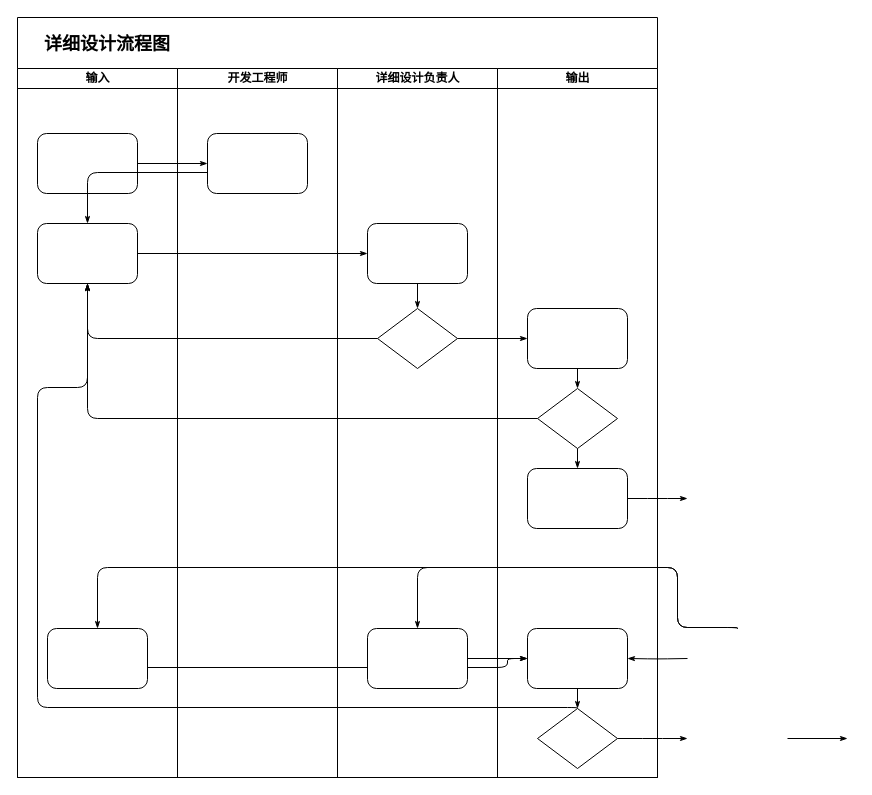
Earlier version of the draw.io diagram 详细设计流程图.drawio (sachwei/drawio). Source tidied: cells renumbered, new cells numbered last; positions are measured from the earlier drawing's top-left corner, leaving out a move shared by most shapes. Both pictures are drawn from the tidied source at 100%, with x=0, y=0 at pixel (17, 17).
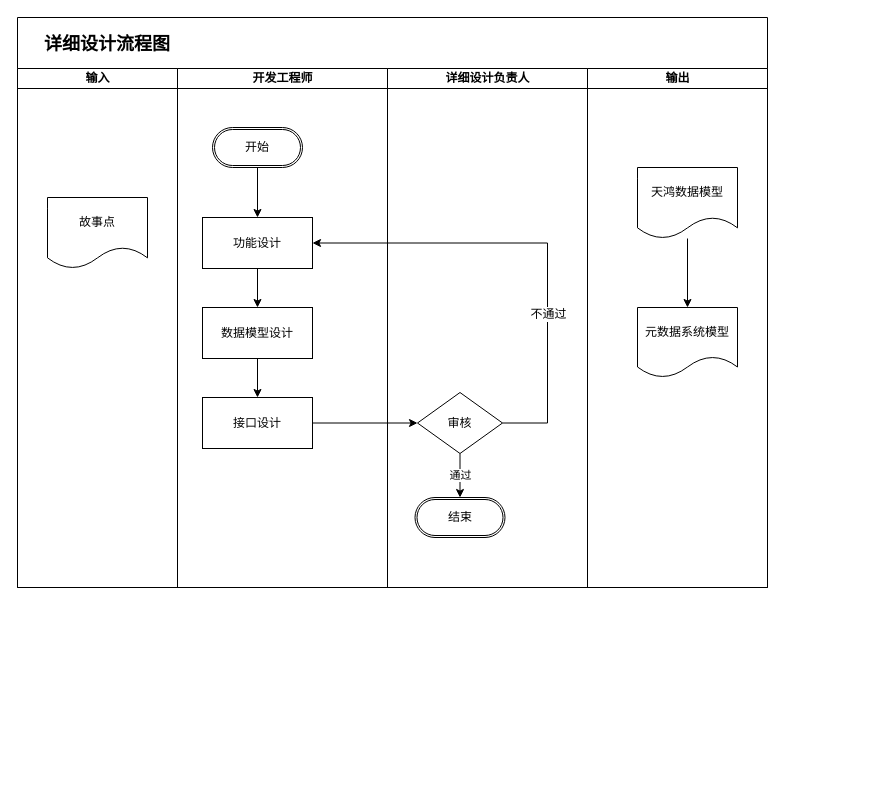
Above is the later version.

Commit message:
更新详细设计流程图.drawio

What changed in the source:
```diff
@@
     <mxCell id="2" value="&lt;font style=&quot;font-size: 18px&quot;&gt;&amp;nbsp; &amp;nbsp; 详细设计流程图&lt;/font&gt;" style="swimlane;html=1;startSize=51;rounded=0;shadow=0;labelBackgroundColor=none;strokeWidth=1;fontFamily=Verdana;fontSize=8;align=left;" parent="1" vertex="1">
-      <mxGeometry width="640" height="760" as="geometry" />
+      <mxGeometry width="750" height="570" as="geometry" />
     </mxCell>
     <mxCell id="3" value="输入" style="swimlane;html=1;startSize=20;" parent="2" vertex="1">
-      <mxGeometry y="51" width="160" height="709" as="geometry" />
+      <mxGeometry y="51" width="160" height="519" as="geometry" />
     </mxCell>
-    <mxCell id="4" style="rounded=1;whiteSpace=wrap;html=1;shadow=0;labelBackgroundColor=none;strokeWidth=1;fontFamily=Verdana;fontSize=8;align=center;" parent="3" vertex="1">
-      <mxGeometry x="20" y="65" width="100" height="60" as="geometry" />
-    </mxCell>
-    <mxCell id="5" style="rounded=1;whiteSpace=wrap;html=1;shadow=0;labelBackgroundColor=none;strokeWidth=1;fontFamily=Verdana;fontSize=8;align=center;" parent="3" vertex="1">
-      <mxGeometry x="20" y="155" width="100" height="60" as="geometry" />
-    </mxCell>
-    <mxCell id="6" style="rounded=1;whiteSpace=wrap;html=1;shadow=0;labelBackgroundColor=none;strokeWidth=1;fontFamily=Verdana;fontSize=8;align=center;" parent="3" vertex="1">
-      <mxGeometry x="30" y="560" width="100" height="60" as="geometry" />
-    </mxCell>
-    <mxCell id="7" style="edgeStyle=orthogonalEdgeStyle;rounded=1;html=1;labelBackgroundColor=none;startArrow=none;startFill=0;startSize=5;endArrow=classicThin;endFill=1;endSize=5;jettySize=auto;strokeWidth=1;fontFamily=Verdana;fontSize=8;" parent="2" edge="1" source="4" target="23">
-      <mxGeometry relative="1" as="geometry" />
-    </mxCell>
-    <mxCell id="8" style="edgeStyle=orthogonalEdgeStyle;rounded=1;html=1;labelBackgroundColor=none;startArrow=none;startFill=0;startSize=5;endArrow=classicThin;endFill=1;endSize=5;jettySize=auto;strokeWidth=1;fontFamily=Verdana;fontSize=8;" parent="2" edge="1" source="23" target="5">
-      <mxGeometry relative="1" as="geometry">
-        <Array as="points">
-          <mxPoint x="240" y="155" />
-          <mxPoint x="70" y="155" />
-        </Array>
-      </mxGeometry>
-    </mxCell>
-    <mxCell id="9" style="edgeStyle=orthogonalEdgeStyle;rounded=1;html=1;labelBackgroundColor=none;startArrow=none;startFill=0;startSize=5;endArrow=classicThin;endFill=1;endSize=5;jettySize=auto;strokeWidth=1;fontFamily=Verdana;fontSize=8;" parent="2" edge="1" source="5" target="25">
-      <mxGeometry relative="1" as="geometry" />
-    </mxCell>
-    <mxCell id="10" style="edgeStyle=orthogonalEdgeStyle;rounded=1;html=1;labelBackgroundColor=none;startArrow=none;startFill=0;startSize=5;endArrow=classicThin;endFill=1;endSize=5;jettySize=auto;strokeWidth=1;fontFamily=Verdana;fontSize=8;" parent="2" edge="1" source="26" target="5">
-      <mxGeometry relative="1" as="geometry" />
-    </mxCell>
-    <mxCell id="11" style="edgeStyle=orthogonalEdgeStyle;rounded=1;html=1;labelBackgroundColor=none;startArrow=none;startFill=0;startSize=5;endArrow=classicThin;endFill=1;endSize=5;jettySize=auto;strokeWidth=1;fontFamily=Verdana;fontSize=8;" parent="2" edge="1" source="31" target="5">
-      <mxGeometry relative="1" as="geometry" />
-    </mxCell>
-    <mxCell id="12" style="edgeStyle=orthogonalEdgeStyle;rounded=1;html=1;labelBackgroundColor=none;startArrow=none;startFill=0;startSize=5;endArrow=classicThin;endFill=1;endSize=5;jettySize=auto;strokeWidth=1;fontFamily=Verdana;fontSize=8;" parent="2" edge="1" source="34" target="5">
-      <mxGeometry relative="1" as="geometry">
-        <Array as="points">
-          <mxPoint x="20" y="690" />
-          <mxPoint x="20" y="370" />
-          <mxPoint x="70" y="370" />
-        </Array>
-      </mxGeometry>
-    </mxCell>
-    <mxCell id="13" style="edgeStyle=orthogonalEdgeStyle;rounded=1;html=1;labelBackgroundColor=none;startArrow=none;startFill=0;startSize=5;endArrow=classicThin;endFill=1;endSize=5;jettySize=auto;strokeWidth=1;fontFamily=Verdana;fontSize=8;" parent="2" edge="1" source="26" target="30">
-      <mxGeometry relative="1" as="geometry" />
-    </mxCell>
-    <mxCell id="14" style="edgeStyle=orthogonalEdgeStyle;rounded=1;html=1;labelBackgroundColor=none;startArrow=none;startFill=0;startSize=5;endArrow=classicThin;endFill=1;endSize=5;jettySize=auto;strokeWidth=1;fontFamily=Verdana;fontSize=8;" parent="2" edge="1" source="34">
-      <mxGeometry relative="1" as="geometry">
-        <mxPoint x="670" y="721" as="targetPoint" />
-      </mxGeometry>
-    </mxCell>
-    <mxCell id="15" style="edgeStyle=orthogonalEdgeStyle;rounded=1;html=1;labelBackgroundColor=none;startArrow=none;startFill=0;startSize=5;endArrow=classicThin;endFill=1;endSize=5;jettySize=auto;orthogonalLoop=1;strokeWidth=1;fontFamily=Verdana;fontSize=8;" parent="2" edge="1">
-      <mxGeometry relative="1" as="geometry">
-        <mxPoint x="770" y="721" as="sourcePoint" />
-        <mxPoint x="830" y="721" as="targetPoint" />
-      </mxGeometry>
-    </mxCell>
-    <mxCell id="16" style="edgeStyle=orthogonalEdgeStyle;rounded=1;html=1;labelBackgroundColor=none;startArrow=none;startFill=0;startSize=5;endArrow=classicThin;endFill=1;endSize=5;jettySize=auto;strokeWidth=1;fontFamily=Verdana;fontSize=8;" parent="2" edge="1" source="32">
-      <mxGeometry relative="1" as="geometry">
-        <mxPoint x="670" y="481" as="targetPoint" />
-      </mxGeometry>
-    </mxCell>
-    <mxCell id="17" style="edgeStyle=orthogonalEdgeStyle;rounded=1;html=1;labelBackgroundColor=none;startArrow=none;startFill=0;startSize=5;endArrow=classicThin;endFill=1;endSize=5;jettySize=auto;strokeWidth=1;fontFamily=Verdana;fontSize=8;" parent="2" edge="1" target="27">
-      <mxGeometry relative="1" as="geometry">
-        <mxPoint x="720" y="611" as="sourcePoint" />
-        <Array as="points">
-          <mxPoint x="660" y="610" />
-          <mxPoint x="660" y="550" />
-          <mxPoint x="400" y="550" />
-        </Array>
-      </mxGeometry>
-    </mxCell>
-    <mxCell id="18" style="edgeStyle=orthogonalEdgeStyle;rounded=1;html=1;labelBackgroundColor=none;startArrow=none;startFill=0;startSize=5;endArrow=classicThin;endFill=1;endSize=5;jettySize=auto;strokeColor=#000000;strokeWidth=1;fontFamily=Verdana;fontSize=8;fontColor=#000000;" parent="2" edge="1" target="33">
-      <mxGeometry relative="1" as="geometry">
-        <mxPoint x="670" y="641" as="sourcePoint" />
-      </mxGeometry>
-    </mxCell>
-    <mxCell id="19" style="edgeStyle=orthogonalEdgeStyle;rounded=1;html=1;labelBackgroundColor=none;startArrow=none;startFill=0;startSize=5;endArrow=classicThin;endFill=1;endSize=5;jettySize=auto;strokeWidth=1;fontFamily=Verdana;fontSize=8;" parent="2" edge="1" target="6">
-      <mxGeometry relative="1" as="geometry">
-        <mxPoint x="720" y="611" as="sourcePoint" />
-        <Array as="points">
-          <mxPoint x="660" y="610" />
-          <mxPoint x="660" y="550" />
-          <mxPoint x="80" y="550" />
-        </Array>
-      </mxGeometry>
-    </mxCell>
-    <mxCell id="20" style="edgeStyle=orthogonalEdgeStyle;rounded=1;html=1;labelBackgroundColor=none;startArrow=none;startFill=0;startSize=5;endArrow=classicThin;endFill=1;endSize=5;jettySize=auto;strokeWidth=1;fontFamily=Verdana;fontSize=8;" parent="2" edge="1" source="6" target="33">
-      <mxGeometry relative="1" as="geometry">
-        <Array as="points">
-          <mxPoint x="80" y="650" />
-          <mxPoint x="490" y="650" />
-          <mxPoint x="490" y="610" />
-        </Array>
-      </mxGeometry>
-    </mxCell>
-    <mxCell id="21" style="edgeStyle=orthogonalEdgeStyle;rounded=1;html=1;labelBackgroundColor=none;startArrow=none;startFill=0;startSize=5;endArrow=classicThin;endFill=1;endSize=5;jettySize=auto;strokeWidth=1;fontFamily=Verdana;fontSize=8;" parent="2" edge="1" source="27" target="33">
-      <mxGeometry relative="1" as="geometry" />
-    </mxCell>
+    <mxCell id="38" value="故事点" style="shape=document;whiteSpace=wrap;html=1;boundedLbl=1;" parent="3" vertex="1">
+      <mxGeometry x="30" y="129" width="100" height="71" as="geometry" />
+    </mxCell>
     <mxCell id="22" value="开发工程师" style="swimlane;html=1;startSize=20;" parent="2" vertex="1">
-      <mxGeometry x="160" y="51" width="160" height="709" as="geometry" />
+      <mxGeometry x="160" y="51" width="210" height="519" as="geometry" />
     </mxCell>
-    <mxCell id="23" style="rounded=1;whiteSpace=wrap;html=1;shadow=0;labelBackgroundColor=none;strokeWidth=1;fontFamily=Verdana;fontSize=8;align=center;" parent="22" vertex="1">
-      <mxGeometry x="30" y="65" width="100" height="60" as="geometry" />
-    </mxCell>
+    <mxCell id="39" style="edgeStyle=orthogonalEdgeStyle;rounded=0;jettySize=auto;html=1;entryX=0.5;entryY=0;entryDx=0;entryDy=0;" parent="22" edge="1" source="40" target="42">
+      <mxGeometry relative="1" as="geometry" />
+    </mxCell>
+    <mxCell id="40" value="开始" style="shape=ext;double=1;rounded=1;whiteSpace=wrap;html=1;arcSize=50;" parent="22" vertex="1">
+      <mxGeometry x="35" y="59" width="90" height="40" as="geometry" />
+    </mxCell>
+    <mxCell id="41" style="edgeStyle=orthogonalEdgeStyle;rounded=0;jettySize=auto;html=1;" parent="22" edge="1" source="42" target="44">
+      <mxGeometry relative="1" as="geometry" />
+    </mxCell>
+    <mxCell id="42" value="&lt;span style=&quot;text-align: left&quot;&gt;功能设计&lt;/span&gt;" style="rounded=0;whiteSpace=wrap;html=1;" parent="22" vertex="1">
+      <mxGeometry x="25" y="149" width="110" height="51" as="geometry" />
+    </mxCell>
+    <mxCell id="43" style="edgeStyle=orthogonalEdgeStyle;rounded=0;jettySize=auto;html=1;" parent="22" edge="1" source="44" target="45">
+      <mxGeometry relative="1" as="geometry" />
+    </mxCell>
+    <mxCell id="44" value="&lt;div style=&quot;text-align: left&quot;&gt;&lt;span&gt;数据模型设计&lt;/span&gt;&lt;/div&gt;" style="rounded=0;whiteSpace=wrap;html=1;" parent="22" vertex="1">
+      <mxGeometry x="25" y="239" width="110" height="51" as="geometry" />
+    </mxCell>
+    <mxCell id="45" value="&lt;span style=&quot;text-align: left&quot;&gt;接口设计&lt;/span&gt;" style="rounded=0;whiteSpace=wrap;html=1;" parent="22" vertex="1">
+      <mxGeometry x="25" y="329" width="110" height="51" as="geometry" />
+    </mxCell>
     <mxCell id="24" value="详细设计负责人" style="swimlane;html=1;startSize=20;" parent="2" vertex="1">
-      <mxGeometry x="320" y="51" width="160" height="709" as="geometry" />
+      <mxGeometry x="370" y="51" width="200" height="519" as="geometry" />
     </mxCell>
-    <mxCell id="25" style="rounded=1;whiteSpace=wrap;html=1;shadow=0;labelBackgroundColor=none;strokeWidth=1;fontFamily=Verdana;fontSize=8;align=center;" parent="24" vertex="1">
-      <mxGeometry x="30" y="155" width="100" height="60" as="geometry" />
-    </mxCell>
-    <mxCell id="26" style="rhombus;whiteSpace=wrap;html=1;rounded=0;shadow=0;labelBackgroundColor=none;strokeWidth=1;fontFamily=Verdana;fontSize=8;align=center;" parent="24" vertex="1">
-      <mxGeometry x="40" y="240" width="80" height="60" as="geometry" />
-    </mxCell>
-    <mxCell id="27" style="rounded=1;whiteSpace=wrap;html=1;shadow=0;labelBackgroundColor=none;strokeWidth=1;fontFamily=Verdana;fontSize=8;align=center;" parent="24" vertex="1">
-      <mxGeometry x="30" y="560" width="100" height="60" as="geometry" />
-    </mxCell>
-    <mxCell id="28" style="edgeStyle=orthogonalEdgeStyle;rounded=1;html=1;labelBackgroundColor=none;startArrow=none;startFill=0;startSize=5;endArrow=classicThin;endFill=1;endSize=5;jettySize=auto;strokeWidth=1;fontFamily=Verdana;fontSize=8;" parent="24" edge="1" source="25" target="26">
-      <mxGeometry relative="1" as="geometry" />
-    </mxCell>
+    <mxCell id="46" value="通过" style="edgeStyle=orthogonalEdgeStyle;rounded=0;jettySize=auto;html=1;entryX=0.5;entryY=0;entryDx=0;entryDy=0;" parent="24" edge="1" source="47" target="48">
+      <mxGeometry relative="1" as="geometry" />
+    </mxCell>
+    <mxCell id="47" value="审核" style="rhombus;whiteSpace=wrap;html=1;" parent="24" vertex="1">
+      <mxGeometry x="30" y="324" width="85" height="61" as="geometry" />
+    </mxCell>
+    <mxCell id="48" value="结束" style="shape=ext;double=1;rounded=1;whiteSpace=wrap;html=1;arcSize=50;" parent="24" vertex="1">
+      <mxGeometry x="27.5" y="429" width="90" height="40" as="geometry" />
+    </mxCell>
     <mxCell id="29" value="输出" style="swimlane;html=1;startSize=20;" parent="2" vertex="1">
-      <mxGeometry x="480" y="51" width="160" height="709" as="geometry" />
+      <mxGeometry x="570" y="51" width="180" height="519" as="geometry" />
     </mxCell>
-    <mxCell id="30" style="rounded=1;whiteSpace=wrap;html=1;shadow=0;labelBackgroundColor=none;strokeWidth=1;fontFamily=Verdana;fontSize=8;align=center;" parent="29" vertex="1">
-      <mxGeometry x="30" y="240" width="100" height="60" as="geometry" />
-    </mxCell>
-    <mxCell id="31" style="rhombus;whiteSpace=wrap;html=1;rounded=0;shadow=0;labelBackgroundColor=none;strokeWidth=1;fontFamily=Verdana;fontSize=8;align=center;" parent="29" vertex="1">
-      <mxGeometry x="40" y="320" width="80" height="60" as="geometry" />
-    </mxCell>
-    <mxCell id="32" style="rounded=1;whiteSpace=wrap;html=1;shadow=0;labelBackgroundColor=none;strokeWidth=1;fontFamily=Verdana;fontSize=8;align=center;" parent="29" vertex="1">
-      <mxGeometry x="30" y="400" width="100" height="60" as="geometry" />
-    </mxCell>
-    <mxCell id="33" style="rounded=1;whiteSpace=wrap;html=1;shadow=0;labelBackgroundColor=none;strokeWidth=1;fontFamily=Verdana;fontSize=8;align=center;" parent="29" vertex="1">
-      <mxGeometry x="30" y="560" width="100" height="60" as="geometry" />
-    </mxCell>
-    <mxCell id="34" style="rhombus;whiteSpace=wrap;html=1;rounded=0;shadow=0;labelBackgroundColor=none;strokeWidth=1;fontFamily=Verdana;fontSize=8;align=center;" parent="29" vertex="1">
-      <mxGeometry x="40" y="640" width="80" height="60" as="geometry" />
-    </mxCell>
-    <mxCell id="35" style="edgeStyle=orthogonalEdgeStyle;rounded=1;html=1;labelBackgroundColor=none;startArrow=none;startFill=0;startSize=5;endArrow=classicThin;endFill=1;endSize=5;jettySize=auto;strokeColor=#000000;strokeWidth=1;fontFamily=Verdana;fontSize=8;fontColor=#000000;" parent="29" edge="1" source="30" target="31">
-      <mxGeometry relative="1" as="geometry" />
-    </mxCell>
-    <mxCell id="36" style="edgeStyle=orthogonalEdgeStyle;rounded=1;html=1;labelBackgroundColor=none;startArrow=none;startFill=0;startSize=5;endArrow=classicThin;endFill=1;endSize=5;jettySize=auto;strokeWidth=1;fontFamily=Verdana;fontSize=8;" parent="29" edge="1" source="31" target="32">
-      <mxGeometry relative="1" as="geometry" />
-    </mxCell>
-    <mxCell id="37" style="edgeStyle=orthogonalEdgeStyle;rounded=1;html=1;labelBackgroundColor=none;startArrow=none;startFill=0;startSize=5;endArrow=classicThin;endFill=1;endSize=5;jettySize=auto;strokeWidth=1;fontFamily=Verdana;fontSize=8;" parent="29" edge="1" source="33" target="34">
-      <mxGeometry relative="1" as="geometry" />
-    </mxCell>
+    <mxCell id="49" style="edgeStyle=orthogonalEdgeStyle;rounded=0;jettySize=auto;html=1;entryX=0.5;entryY=0;entryDx=0;entryDy=0;" parent="29" edge="1" source="50" target="51">
+      <mxGeometry relative="1" as="geometry" />
+    </mxCell>
+    <mxCell id="50" value="天鸿数据模型" style="shape=document;whiteSpace=wrap;html=1;boundedLbl=1;" parent="29" vertex="1">
+      <mxGeometry x="50" y="99" width="100" height="71" as="geometry" />
+    </mxCell>
+    <mxCell id="51" value="元数据系统模型" style="shape=document;whiteSpace=wrap;html=1;boundedLbl=1;" parent="29" vertex="1">
+      <mxGeometry x="50" y="239" width="100" height="70" as="geometry" />
+    </mxCell>
+    <mxCell id="52" style="edgeStyle=orthogonalEdgeStyle;rounded=0;jettySize=auto;html=1;entryX=0;entryY=0.5;entryDx=0;entryDy=0;" parent="2" edge="1" source="45" target="47">
+      <mxGeometry relative="1" as="geometry" />
+    </mxCell>
+    <mxCell id="53" style="edgeStyle=orthogonalEdgeStyle;rounded=0;jettySize=auto;html=1;entryX=1;entryY=0.5;entryDx=0;entryDy=0;" parent="2" edge="1" source="47" target="42">
+      <mxGeometry relative="1" as="geometry">
+        <Array as="points">
+          <mxPoint x="530" y="406" />
+          <mxPoint x="530" y="226" />
+        </Array>
+      </mxGeometry>
+    </mxCell>
+    <mxCell id="54" value="不通过" style="text;html=1;align=center;verticalAlign=middle;labelBackgroundColor=#ffffff;" parent="53" vertex="1">
+      <mxGeometry x="-0.33" relative="1" as="geometry" />
+    </mxCell>
```
